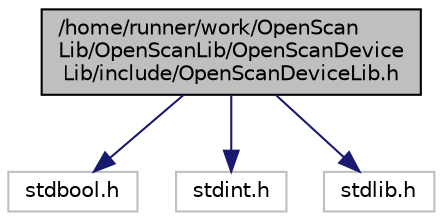
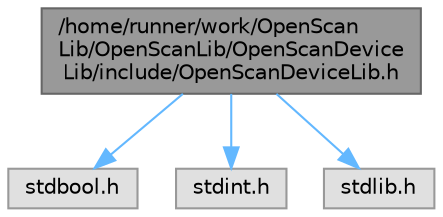
digraph "/home/runner/work/OpenScanLib/OpenScanLib/OpenScanDeviceLib/include/OpenScanDeviceLib.h"
{
 // LATEX_PDF_SIZE
-   edge [fontname="Helvetica",fontsize="10",labelfontname="Helvetica",labelfontsize="10"];
-   node [fontname="Helvetica",fontsize="10",shape=record];
-   Node1 [label="/home/runner/work/OpenScan\lLib/OpenScanLib/OpenScanDevice\lLib/include/OpenScanDeviceLib.h",height=0.2,width=0.4,color="black", fillcolor="grey75", style="filled", fontcolor="black",tooltip="Public header for OpenScanDeviceLib."];
-   Node1 -> Node2 [color="midnightblue",fontsize="10",style="solid",fontname="Helvetica"];
-   Node2 [label="stdbool.h",height=0.2,width=0.4,color="grey75", fillcolor="white", style="filled",tooltip=" "];
-   Node1 -> Node3 [color="midnightblue",fontsize="10",style="solid",fontname="Helvetica"];
-   Node3 [label="stdint.h",height=0.2,width=0.4,color="grey75", fillcolor="white", style="filled",tooltip=" "];
-   Node1 -> Node4 [color="midnightblue",fontsize="10",style="solid",fontname="Helvetica"];
-   Node4 [label="stdlib.h",height=0.2,width=0.4,color="grey75", fillcolor="white", style="filled",tooltip=" "];
+   bgcolor="transparent";
+   edge [fontname=Helvetica,fontsize=10,labelfontname=Helvetica,labelfontsize=10];
+   node [fontname=Helvetica,fontsize=10,shape=box,height=0.2,width=0.4];
+   Node1 [id="Node000001",label="/home/runner/work/OpenScan\lLib/OpenScanLib/OpenScanDevice\lLib/include/OpenScanDeviceLib.h",height=0.2,width=0.4,color="gray40", fillcolor="grey60", style="filled", fontcolor="black",tooltip="Public header for OpenScanDeviceLib."];
+   Node1 -> Node2 [id="edge1_Node000001_Node000002",color="steelblue1",style="solid",tooltip=" "];
+   Node2 [id="Node000002",label="stdbool.h",height=0.2,width=0.4,color="grey60", fillcolor="#E0E0E0", style="filled",tooltip=" "];
+   Node1 -> Node3 [id="edge2_Node000001_Node000003",color="steelblue1",style="solid",tooltip=" "];
+   Node3 [id="Node000003",label="stdint.h",height=0.2,width=0.4,color="grey60", fillcolor="#E0E0E0", style="filled",tooltip=" "];
+   Node1 -> Node4 [id="edge3_Node000001_Node000004",color="steelblue1",style="solid",tooltip=" "];
+   Node4 [id="Node000004",label="stdlib.h",height=0.2,width=0.4,color="grey60", fillcolor="#E0E0E0", style="filled",tooltip=" "];
}
